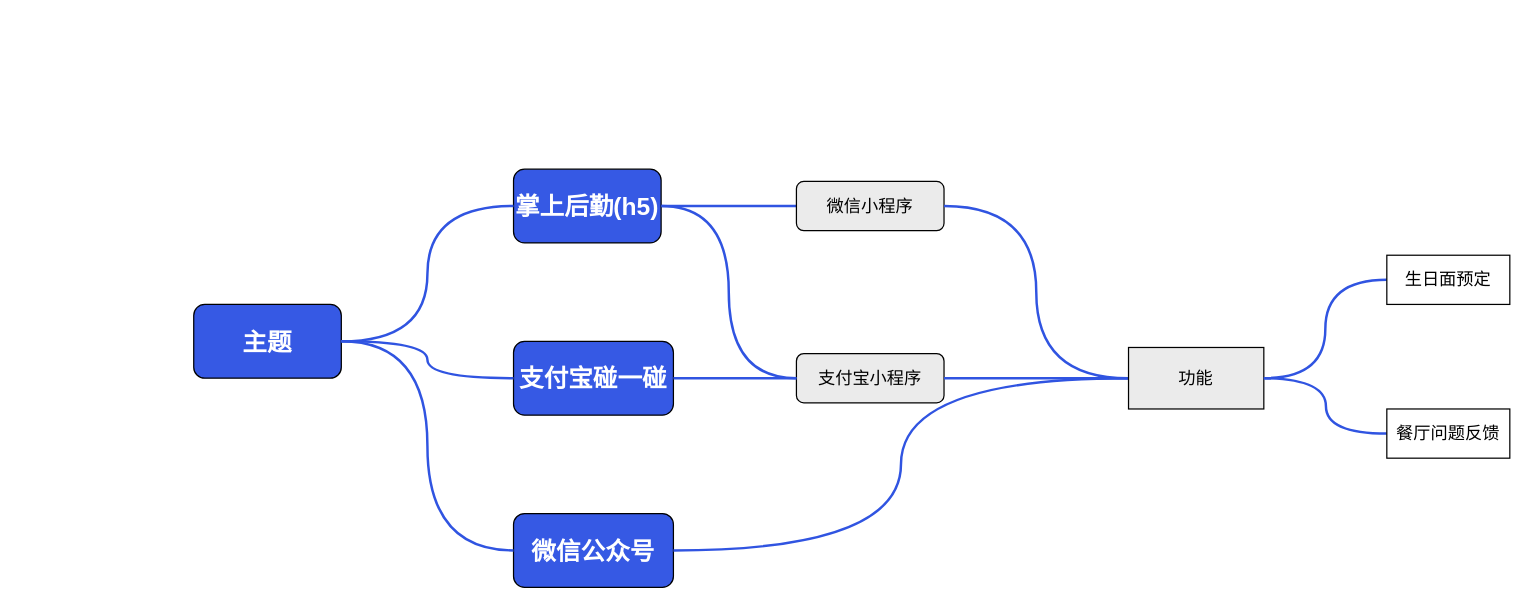
Above: page "第 2 页" (2 of 2) of 思维导图.drawio in bzerozero7/test (draw.io), before the change. Source tidied: cells renumbered, new cells numbered last; positions are measured from the earlier drawing's top-left corner, leaving out a move shared by most shapes. Both pictures are drawn from the tidied source at 123%, with x=0, y=0 at pixel (193, 169).
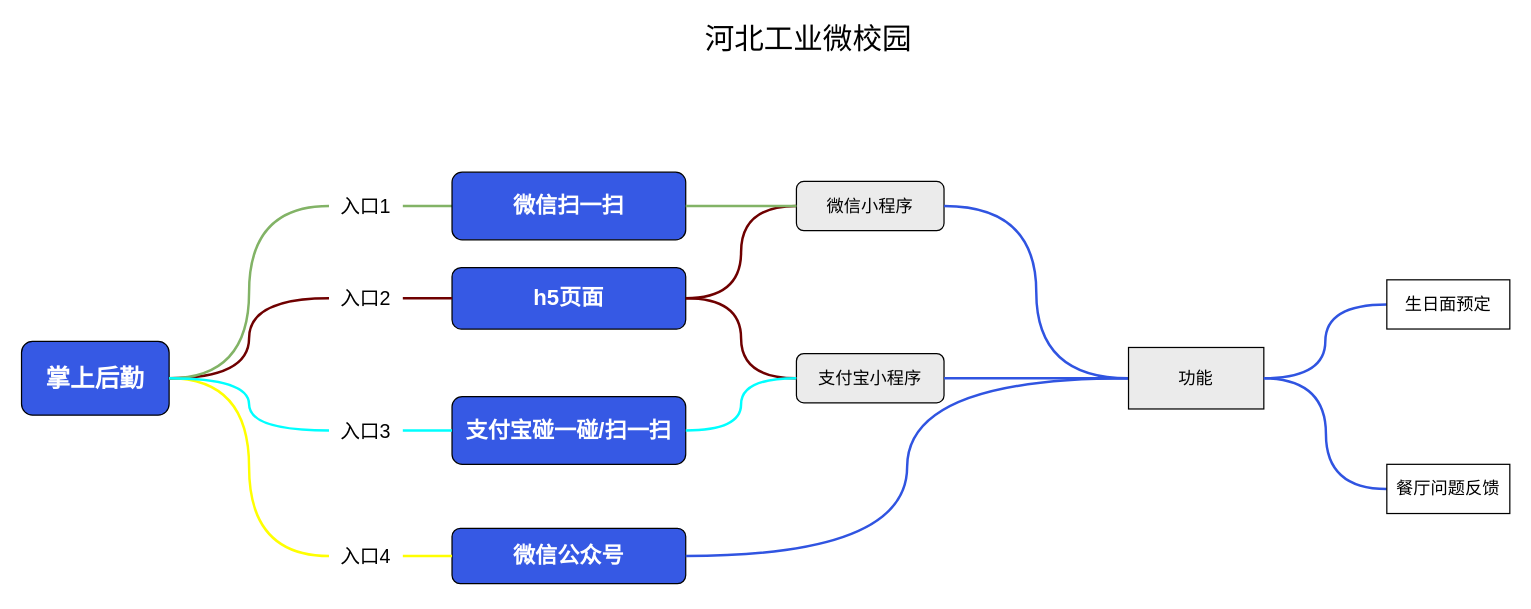
The same diagram, later.

Commit message:
更新思维导图.drawio

Unchanged cells that the change refers to:
```xml
<mxCell id="5" value="&lt;font style=&quot;font-size: 14px;&quot;&gt;微信小程序&lt;/font&gt;" style="rounded=1;whiteSpace=wrap;html=1;fillColor=#EBEBEB;" parent="1" vertex="1">
  <mxGeometry x="490" y="10" width="120" height="40" as="geometry" />
</mxCell>
<mxCell id="6" value="&lt;span style=&quot;font-size: 14px;&quot;&gt;支付宝小程序&lt;/span&gt;" style="rounded=1;whiteSpace=wrap;html=1;fillColor=#EBEBEB;" parent="1" vertex="1">
  <mxGeometry x="490" y="150" width="120" height="40" as="geometry" />
</mxCell>
```

Diff of the diagram source:
```diff
@@
-    <mxCell id="2" style="rounded=0;jettySize=auto;html=1;exitX=1;exitY=0.5;exitDx=0;exitDy=0;entryX=0;entryY=0.5;entryDx=0;entryDy=0;edgeStyle=orthogonalEdgeStyle;endArrow=none;endFill=0;strokeColor=#3054E1;jumpStyle=none;curved=1;strokeWidth=2;" parent="1" edge="1" source="3" target="5">
+    <mxCell id="2" style="rounded=0;jettySize=auto;html=1;exitX=1;exitY=0.5;exitDx=0;exitDy=0;entryX=0;entryY=0.5;entryDx=0;entryDy=0;edgeStyle=orthogonalEdgeStyle;endArrow=none;endFill=0;strokeColor=#6F0000;jumpStyle=none;curved=1;strokeWidth=2;" parent="1" edge="1" source="3" target="5">
       <mxGeometry relative="1" as="geometry" />
     </mxCell>
-    <mxCell id="3" value="&lt;font style=&quot;color: rgb(255, 255, 255); font-size: 20px;&quot;&gt;&lt;b style=&quot;&quot;&gt;掌上后勤(h5)&lt;/b&gt;&lt;/font&gt;" style="rounded=1;whiteSpace=wrap;html=1;fillColor=#3659E4;" parent="1" vertex="1">
-      <mxGeometry x="260" width="120" height="60" as="geometry" />
+    <mxCell id="3" value="&lt;font style=&quot;font-size: 18px;&quot; color=&quot;#ffffff&quot;&gt;&lt;b style=&quot;&quot;&gt;h5页面&lt;/b&gt;&lt;/font&gt;" style="rounded=1;whiteSpace=wrap;html=1;fillColor=#3659E4;" parent="1" vertex="1">
+      <mxGeometry x="210" y="80" width="190" height="50" as="geometry" />
     </mxCell>
-    <mxCell id="4" value="&lt;font color=&quot;#ffffff&quot;&gt;&lt;span style=&quot;font-size: 20px;&quot;&gt;&lt;b&gt;支付宝碰一碰&lt;/b&gt;&lt;/span&gt;&lt;/font&gt;" style="rounded=1;whiteSpace=wrap;html=1;fillColor=#3659E4;" parent="1" vertex="1">
-      <mxGeometry x="260" y="140" width="130" height="60" as="geometry" />
+    <mxCell id="4" value="&lt;font style=&quot;font-size: 18px;&quot; color=&quot;#ffffff&quot;&gt;&lt;b style=&quot;&quot;&gt;支付宝碰一碰/扫一扫&lt;/b&gt;&lt;/font&gt;" style="rounded=1;whiteSpace=wrap;html=1;fillColor=#3659E4;" parent="1" vertex="1">
+      <mxGeometry x="210" y="185" width="190" height="55" as="geometry" />
     </mxCell>
@@
-    <mxCell id="7" style="rounded=0;jettySize=auto;html=1;exitX=1;exitY=0.5;exitDx=0;exitDy=0;entryX=0;entryY=0.5;entryDx=0;entryDy=0;edgeStyle=orthogonalEdgeStyle;endArrow=none;endFill=0;strokeColor=#3054E1;jumpStyle=none;curved=1;strokeWidth=2;" parent="1" edge="1" source="3" target="6">
+    <mxCell id="7" style="rounded=0;jettySize=auto;html=1;exitX=1;exitY=0.5;exitDx=0;exitDy=0;entryX=0;entryY=0.5;entryDx=0;entryDy=0;edgeStyle=orthogonalEdgeStyle;endArrow=none;endFill=0;strokeColor=#6F0000;jumpStyle=none;curved=1;strokeWidth=2;" parent="1" edge="1" source="3" target="6">
       <mxGeometry relative="1" as="geometry" />
     </mxCell>
-    <mxCell id="8" style="rounded=0;jettySize=auto;html=1;exitX=1;exitY=0.5;exitDx=0;exitDy=0;entryX=0;entryY=0.5;entryDx=0;entryDy=0;edgeStyle=orthogonalEdgeStyle;endArrow=none;endFill=0;strokeColor=#3054E1;jumpStyle=none;curved=1;strokeWidth=2;" parent="1" edge="1" source="4" target="6">
+    <mxCell id="8" style="rounded=0;jettySize=auto;html=1;exitX=1;exitY=0.5;exitDx=0;exitDy=0;entryX=0;entryY=0.5;entryDx=0;entryDy=0;edgeStyle=orthogonalEdgeStyle;endArrow=none;endFill=0;strokeColor=#00FFFF;jumpStyle=none;curved=1;strokeWidth=2;" parent="1" edge="1" source="4" target="6">
       <mxGeometry relative="1" as="geometry" />
     </mxCell>
-    <mxCell id="9" value="&lt;font color=&quot;#ffffff&quot;&gt;&lt;span style=&quot;font-size: 20px;&quot;&gt;&lt;b&gt;主题&lt;/b&gt;&lt;/span&gt;&lt;/font&gt;" style="rounded=1;whiteSpace=wrap;html=1;fillColor=#3659E4;" parent="1" vertex="1">
-      <mxGeometry y="110" width="120" height="60" as="geometry" />
+    <mxCell id="9" value="&lt;font color=&quot;#ffffff&quot;&gt;&lt;span style=&quot;font-size: 20px;&quot;&gt;&lt;b&gt;掌上后勤&lt;/b&gt;&lt;/span&gt;&lt;/font&gt;" style="rounded=1;whiteSpace=wrap;html=1;fillColor=#3659E4;" parent="1" vertex="1">
+      <mxGeometry x="-140" y="140" width="120" height="60" as="geometry" />
     </mxCell>
-    <mxCell id="10" style="rounded=0;jettySize=auto;html=1;edgeStyle=orthogonalEdgeStyle;endArrow=none;endFill=0;strokeColor=#3054E1;jumpStyle=none;curved=1;strokeWidth=2;entryX=0;entryY=0.5;entryDx=0;entryDy=0;exitX=1;exitY=0.5;exitDx=0;exitDy=0;" parent="1" edge="1" source="9" target="3">
-      <mxGeometry relative="1" as="geometry" />
-    </mxCell>
-    <mxCell id="11" style="rounded=0;jettySize=auto;html=1;exitX=1;exitY=0.5;exitDx=0;exitDy=0;edgeStyle=orthogonalEdgeStyle;endArrow=none;endFill=0;strokeColor=#3054E1;jumpStyle=none;curved=1;strokeWidth=2;entryX=0;entryY=0.5;entryDx=0;entryDy=0;" parent="1" edge="1" source="9" target="4">
-      <mxGeometry relative="1" as="geometry" />
-    </mxCell>
-    <mxCell id="12" value="&lt;font color=&quot;#ffffff&quot;&gt;&lt;span style=&quot;font-size: 20px;&quot;&gt;&lt;b&gt;微信公众号&lt;/b&gt;&lt;/span&gt;&lt;/font&gt;" style="rounded=1;whiteSpace=wrap;html=1;fillColor=#3659E4;" parent="1" vertex="1">
-      <mxGeometry x="260" y="280" width="130" height="60" as="geometry" />
+    <mxCell id="12" value="&lt;font style=&quot;font-size: 18px;&quot; color=&quot;#ffffff&quot;&gt;&lt;b style=&quot;&quot;&gt;微信公众号&lt;/b&gt;&lt;/font&gt;" style="rounded=1;whiteSpace=wrap;html=1;fillColor=#3659E4;" parent="1" vertex="1">
+      <mxGeometry x="210" y="292" width="190" height="45" as="geometry" />
     </mxCell>
-    <mxCell id="13" style="rounded=0;jettySize=auto;html=1;exitX=1;exitY=0.5;exitDx=0;exitDy=0;edgeStyle=orthogonalEdgeStyle;endArrow=none;endFill=0;strokeColor=#3054E1;jumpStyle=none;curved=1;strokeWidth=2;entryX=0;entryY=0.5;entryDx=0;entryDy=0;" parent="1" edge="1" source="9" target="12">
+    <mxCell id="13" style="rounded=0;jettySize=auto;html=1;exitX=1;exitY=0.5;exitDx=0;exitDy=0;edgeStyle=orthogonalEdgeStyle;endArrow=none;endFill=0;strokeColor=#FFFF00;jumpStyle=none;curved=1;strokeWidth=2;entryX=0;entryY=0.5;entryDx=0;entryDy=0;fillColor=#ffff88;" parent="1" edge="1" source="25" target="12">
       <mxGeometry relative="1" as="geometry" />
     </mxCell>
@@
     <mxCell id="20" value="&lt;span style=&quot;font-size: 14px;&quot;&gt;生日面预定&lt;/span&gt;" style="rounded=0;whiteSpace=wrap;html=1;" parent="1" vertex="1">
-      <mxGeometry x="970" y="70" width="100" height="40" as="geometry" />
+      <mxGeometry x="970" y="90" width="100" height="40" as="geometry" />
     </mxCell>
     <mxCell id="21" value="&lt;span style=&quot;font-size: 14px;&quot;&gt;餐厅问题反馈&lt;/span&gt;" style="rounded=0;whiteSpace=wrap;html=1;" parent="1" vertex="1">
-      <mxGeometry x="970" y="195" width="100" height="40" as="geometry" />
+      <mxGeometry x="970" y="240" width="100" height="40" as="geometry" />
     </mxCell>
+    <mxCell id="22" style="rounded=0;jettySize=auto;html=1;edgeStyle=orthogonalEdgeStyle;endArrow=none;endFill=0;strokeColor=#6F0000;jumpStyle=none;curved=1;strokeWidth=2;entryX=0;entryY=0.5;entryDx=0;entryDy=0;exitX=1;exitY=0.5;exitDx=0;exitDy=0;fillColor=#a20025;" parent="1" edge="1" source="29" target="3">
+      <mxGeometry relative="1" as="geometry" />
+    </mxCell>
+    <mxCell id="23" style="rounded=0;jettySize=auto;html=1;exitX=1;exitY=0.5;exitDx=0;exitDy=0;edgeStyle=orthogonalEdgeStyle;endArrow=none;endFill=0;strokeColor=#82b366;jumpStyle=none;curved=1;strokeWidth=2;entryX=0;entryY=0.5;entryDx=0;entryDy=0;fillColor=#d5e8d4;" parent="1" edge="1" source="33" target="30">
+      <mxGeometry relative="1" as="geometry" />
+    </mxCell>
+    <mxCell id="24" style="rounded=0;jettySize=auto;html=1;exitX=1;exitY=0.5;exitDx=0;exitDy=0;edgeStyle=orthogonalEdgeStyle;endArrow=none;endFill=0;strokeColor=#FFFF00;jumpStyle=none;curved=1;strokeWidth=2;entryX=0;entryY=0.5;entryDx=0;entryDy=0;fillColor=#ffff88;" parent="1" edge="1" source="9" target="25">
+      <mxGeometry relative="1" as="geometry" />
+    </mxCell>
+    <mxCell id="25" value="&lt;font style=&quot;font-size: 16px;&quot;&gt;入口4&lt;/font&gt;" style="text;html=1;whiteSpace=wrap;strokeColor=none;fillColor=none;align=center;verticalAlign=middle;rounded=0;" parent="1" vertex="1">
+      <mxGeometry x="110" y="299.5" width="60" height="30" as="geometry" />
+    </mxCell>
+    <mxCell id="26" style="edgeStyle=orthogonalEdgeStyle;rounded=0;orthogonalLoop=1;jettySize=auto;html=1;exitX=0.5;exitY=1;exitDx=0;exitDy=0;" parent="1" edge="1">
+      <mxGeometry relative="1" as="geometry">
+        <mxPoint x="150" y="90" as="sourcePoint" />
+        <mxPoint x="150" y="90" as="targetPoint" />
+      </mxGeometry>
+    </mxCell>
+    <mxCell id="27" value="&lt;font style=&quot;font-size: 24px;&quot;&gt;河北工业微校园&lt;/font&gt;" style="text;html=1;whiteSpace=wrap;strokeColor=none;fillColor=none;align=center;verticalAlign=middle;rounded=0;" parent="1" vertex="1">
+      <mxGeometry x="390" y="-120" width="220" height="30" as="geometry" />
+    </mxCell>
+    <mxCell id="28" style="rounded=0;jettySize=auto;html=1;edgeStyle=orthogonalEdgeStyle;endArrow=none;endFill=0;strokeColor=#6F0000;jumpStyle=none;curved=1;strokeWidth=2;entryX=0;entryY=0.5;entryDx=0;entryDy=0;exitX=1;exitY=0.5;exitDx=0;exitDy=0;fillColor=#a20025;" parent="1" edge="1" source="9" target="29">
+      <mxGeometry relative="1" as="geometry" />
+    </mxCell>
+    <mxCell id="29" value="&lt;font style=&quot;font-size: 16px;&quot;&gt;入口2&lt;/font&gt;" style="text;html=1;whiteSpace=wrap;strokeColor=none;fillColor=none;align=center;verticalAlign=middle;rounded=0;" parent="1" vertex="1">
+      <mxGeometry x="110" y="90" width="60" height="30" as="geometry" />
+    </mxCell>
+    <mxCell id="30" value="&lt;font style=&quot;font-size: 18px;&quot; color=&quot;#ffffff&quot;&gt;&lt;b style=&quot;&quot;&gt;微信扫一扫&lt;/b&gt;&lt;/font&gt;" style="rounded=1;whiteSpace=wrap;html=1;fillColor=#3659E4;" parent="1" vertex="1">
+      <mxGeometry x="210" y="2.5" width="190" height="55" as="geometry" />
+    </mxCell>
+    <mxCell id="31" style="rounded=0;jettySize=auto;html=1;exitX=1;exitY=0.5;exitDx=0;exitDy=0;edgeStyle=orthogonalEdgeStyle;endArrow=none;endFill=0;strokeColor=#82B366;jumpStyle=none;curved=1;strokeWidth=2;entryX=0;entryY=0.5;entryDx=0;entryDy=0;" parent="1" edge="1" source="30" target="5">
+      <mxGeometry relative="1" as="geometry" />
+    </mxCell>
+    <mxCell id="32" style="rounded=0;jettySize=auto;html=1;exitX=1;exitY=0.5;exitDx=0;exitDy=0;edgeStyle=orthogonalEdgeStyle;endArrow=none;endFill=0;strokeColor=#82b366;jumpStyle=none;curved=1;strokeWidth=2;entryX=0;entryY=0.5;entryDx=0;entryDy=0;fillColor=#d5e8d4;" parent="1" edge="1" source="9" target="33">
+      <mxGeometry relative="1" as="geometry" />
+    </mxCell>
+    <mxCell id="33" value="&lt;font style=&quot;font-size: 16px;&quot;&gt;入口1&lt;/font&gt;" style="text;html=1;whiteSpace=wrap;strokeColor=none;fillColor=none;align=center;verticalAlign=middle;rounded=0;" parent="1" vertex="1">
+      <mxGeometry x="110" y="15" width="60" height="30" as="geometry" />
+    </mxCell>
+    <mxCell id="34" style="edgeStyle=orthogonalEdgeStyle;rounded=0;orthogonalLoop=1;jettySize=auto;html=1;exitX=0.5;exitY=1;exitDx=0;exitDy=0;" parent="1" edge="1" source="29" target="29">
+      <mxGeometry relative="1" as="geometry" />
+    </mxCell>
+    <mxCell id="35" style="rounded=0;jettySize=auto;html=1;exitX=1;exitY=0.5;exitDx=0;exitDy=0;entryX=0;entryY=0.5;entryDx=0;entryDy=0;edgeStyle=orthogonalEdgeStyle;endArrow=none;endFill=0;strokeColor=#00FFFF;jumpStyle=none;curved=1;strokeWidth=2;fillColor=#cce5ff;" parent="1" edge="1" source="37" target="4">
+      <mxGeometry relative="1" as="geometry" />
+    </mxCell>
+    <mxCell id="36" style="rounded=0;jettySize=auto;html=1;exitX=1;exitY=0.5;exitDx=0;exitDy=0;entryX=0;entryY=0.5;entryDx=0;entryDy=0;edgeStyle=orthogonalEdgeStyle;endArrow=none;endFill=0;strokeColor=#00FFFF;jumpStyle=none;curved=1;strokeWidth=2;fillColor=#cce5ff;" parent="1" edge="1" source="9" target="37">
+      <mxGeometry relative="1" as="geometry" />
+    </mxCell>
+    <mxCell id="37" value="&lt;font style=&quot;font-size: 16px;&quot;&gt;入口3&lt;/font&gt;" style="text;html=1;whiteSpace=wrap;strokeColor=none;fillColor=none;align=center;verticalAlign=middle;rounded=0;" parent="1" vertex="1">
+      <mxGeometry x="110" y="197.5" width="60" height="30" as="geometry" />
+    </mxCell>
```
